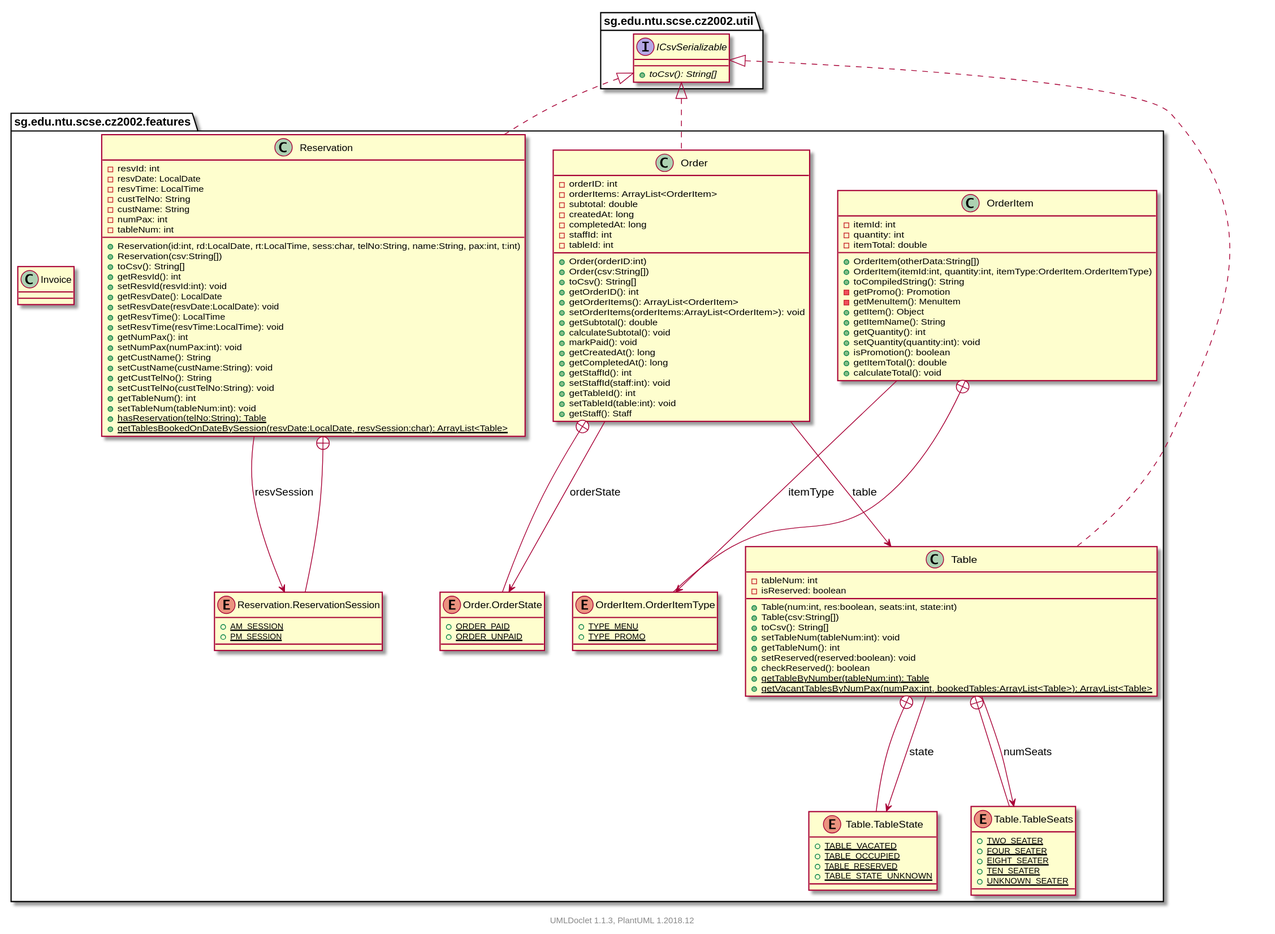
Earlier version of the PlantUML export projects/oodp/html/umlversion/uml/sg.edu.ntu.scse.cz2002.features.package.svg (itachi1706/How-to-use-Git-NTUSCSE1819-Site).
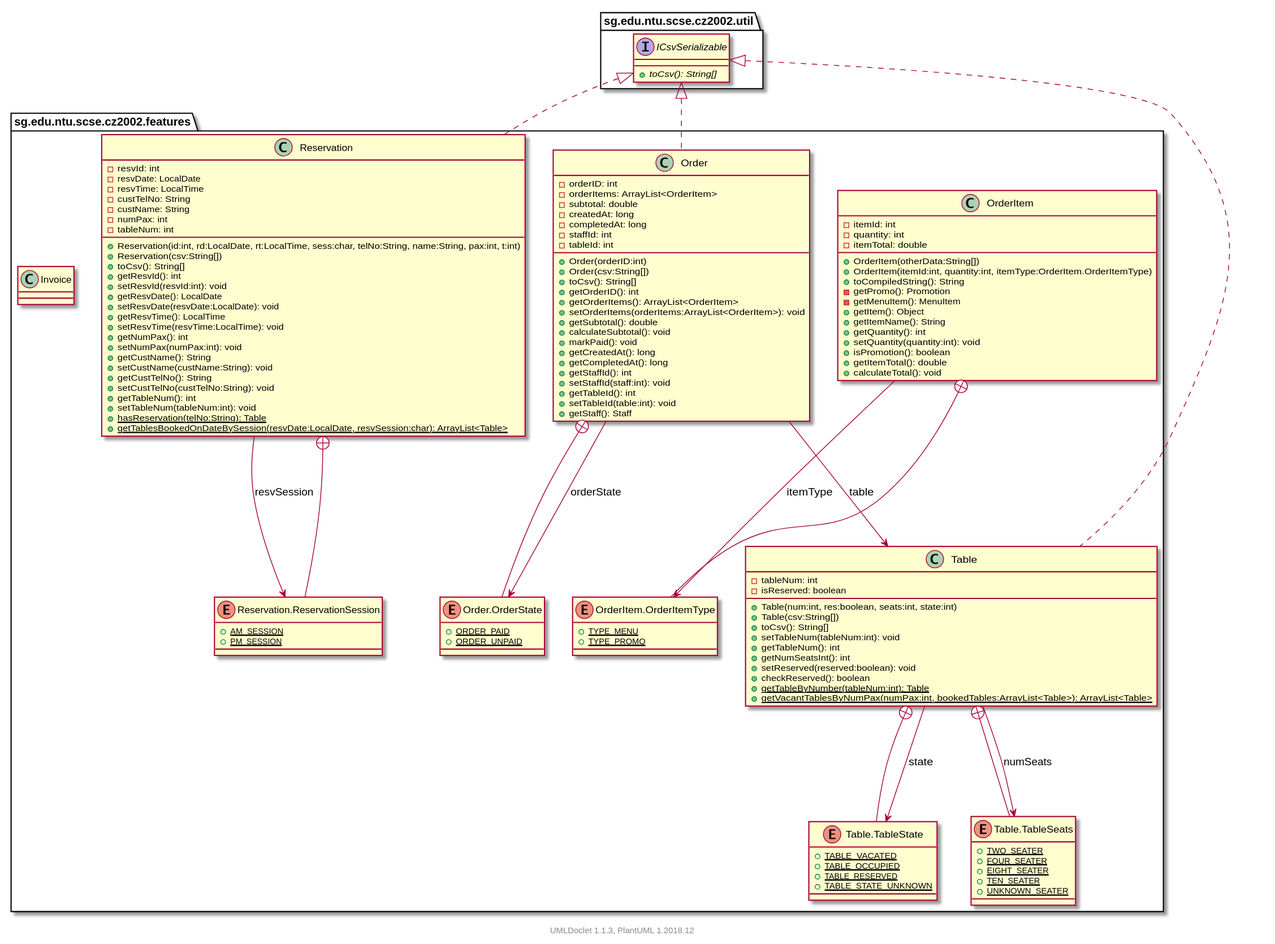
After the change.

The edit, as a diff of the source:
```diff
@@ -101,6 +101,7 @@
             +toCsv(): String[]
             +setTableNum(tableNum:int): void
             +getTableNum(): int
+            +getNumSeatsInt(): int
             +setReserved(reserved:boolean): void
             +checkReserved(): boolean
             {static} +getTableByNumber(tableNum:int): Table
```
